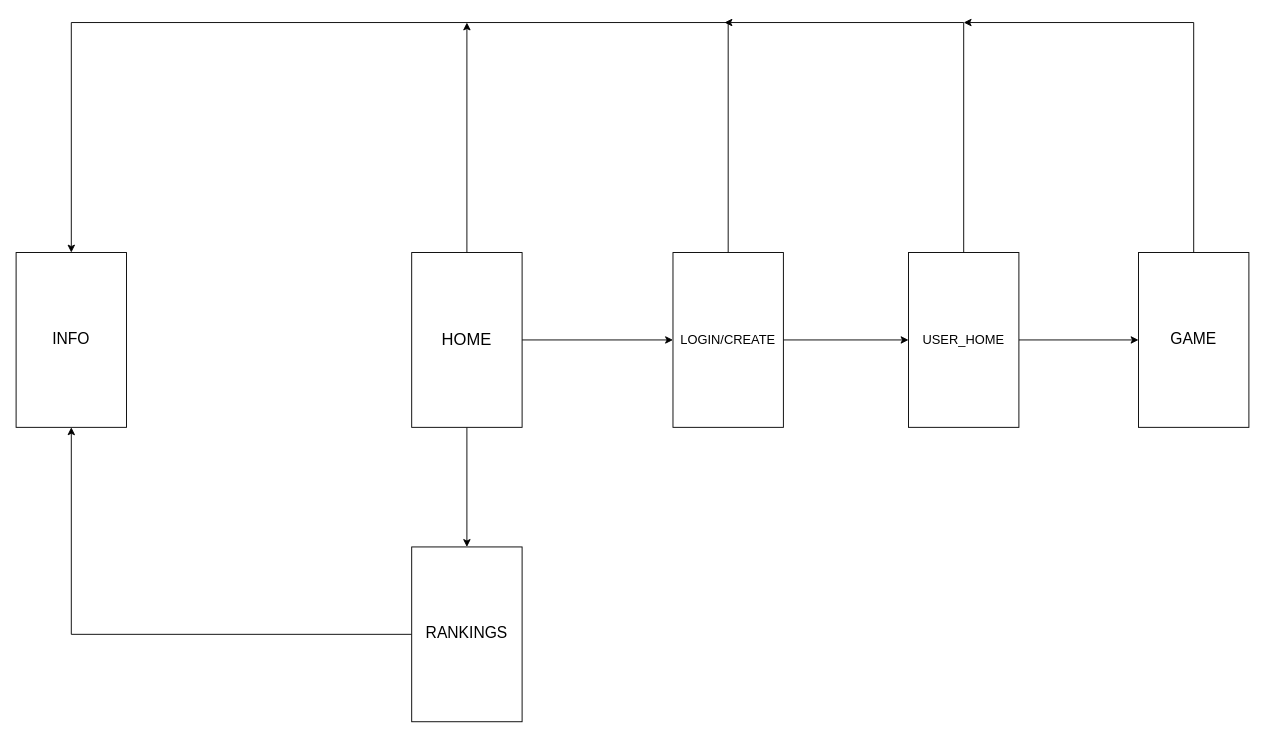
Earlier version of the draw.io diagram app/src/main/java/com/example/battleships/app_navigation.drawio (isel-leic-pdm/battleships-g26). Source tidied: cells renumbered, new cells numbered last; positions are measured from the earlier drawing's top-left corner, leaving out a move shared by most shapes. Both pictures are drawn from the tidied source at 92%, with x=0, y=0 at pixel (16, 22).
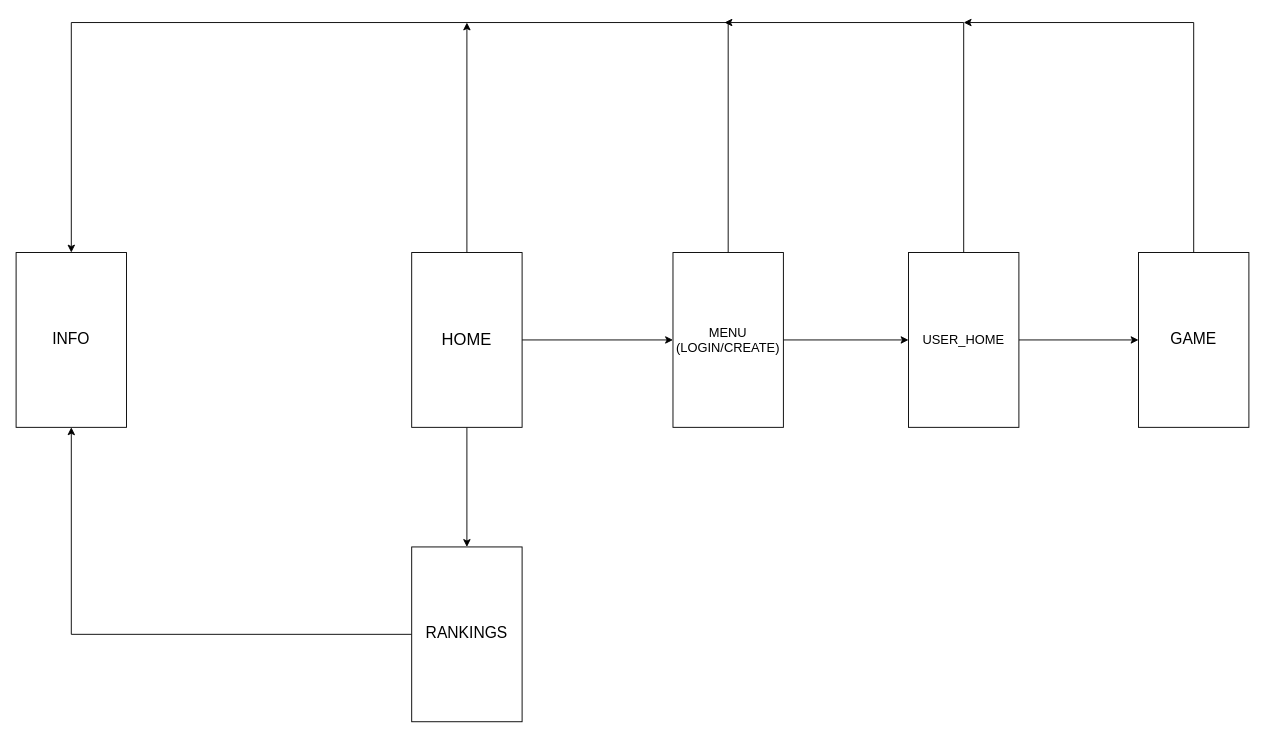
Above is the later version.

Diff of the diagram source:
```diff
@@
-    <mxCell id="8" value="LOGIN/CREATE" style="rounded=0;whiteSpace=wrap;html=1;fontSize=14;" parent="1" vertex="1">
+    <mxCell id="8" value="MENU (LOGIN/CREATE)" style="rounded=0;whiteSpace=wrap;html=1;fontSize=14;" parent="1" vertex="1">
       <mxGeometry x="714" y="250" width="120" height="190" as="geometry" />
     </mxCell>
```
